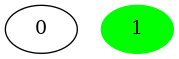
The Graphviz diagram algorithm_visualizer/src/save/tmp/ucgraph.png in Les-Alchimistes-Labs/AlgorithmVisualizer, before a commit. Its source is kept beside it as algorithm_visualizer/src/save/tmp/ucgraph.dot.
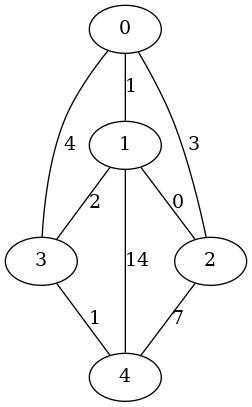
After the change.

What changed in the source:
```diff
@@ -1,4 +1,15 @@
-graph ucgraph { // 2
+graph ucgraph { // 5
+n0--n1 [label = 1] // 0 1 1
+n0--n2 [label = 3] // 0 2 3
+n0--n3 [label = 4] // 0 3 4
+n1--n2 [label = 0] // 1 2 0
+n1--n3 [label = 2] // 1 3 2
+n1--n4 [label = 14] // 1 4 14
+n2--n4 [label = 7] // 2 4 7
+n3--n4 [label = 1] // 3 4 1
 n0 [label="0"]
-n1 [label="1", style = filled , color = green ]
+n1 [label="1"]
+n2 [label="2"]
+n3 [label="3"]
+n4 [label="4"]
 }
```
